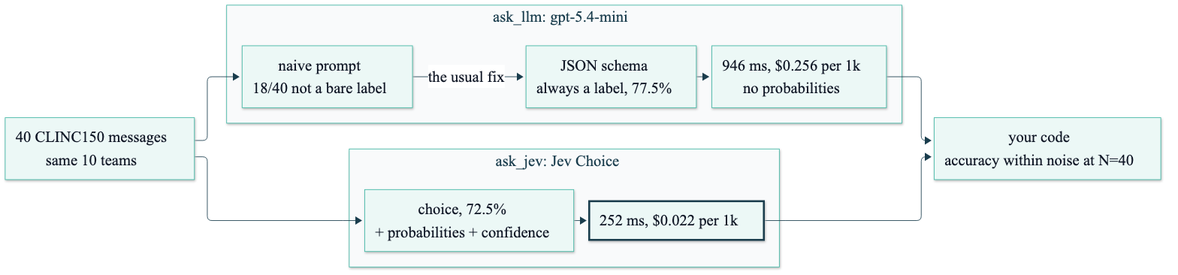
Before: course/diagrams/module_01/llm-vs-jev.png, a diagram exported from Mermaid (axel-sirota/getting_started_jev). Its source is kept beside it as course/diagrams/module_01/llm-vs-jev.mmd. Its diagram source:
```mermaid
%%{init: {"theme": "base", "themeVariables": {"fontFamily": "Inter, sans-serif", "primaryColor": "#ECF8F6", "primaryBorderColor": "#40B8A6", "primaryTextColor": "#111827", "lineColor": "#1A3D4D", "secondaryColor": "#F9FAFB", "tertiaryColor": "#FFFFFF", "clusterBkg": "#F9FAFB", "clusterBorder": "#D1D5DB", "actorBkg": "#ECF8F6", "actorBorder": "#40B8A6", "noteBkgColor": "#FFF6DA", "noteBorderColor": "#E0B84C"}}}%%
flowchart LR
  Q["40 CLINC150 messages<br/>same 10 teams"]
  subgraph LLM["ask_llm: gpt-5.4-mini"]
    N["naive prompt<br/>18/40 not a bare label"]
    S["JSON schema<br/>always a label, 77.5%"]
    SL["946 ms, $0.256 per 1k<br/>no probabilities"]
    N -- "the usual fix" --> S --> SL
  end
  subgraph JEV["ask_jev: Jev Choice"]
    A["choice, 72.5%<br/>+ probabilities + confidence"]
    AL["252 ms, $0.022 per 1k"]
    A --> AL
  end
  Q --> N
  Q --> A
  SL --> C["your code<br/>accuracy within noise at N=40"]
  AL --> C
  style AL stroke:#1A3D4D,stroke-width:3px
```
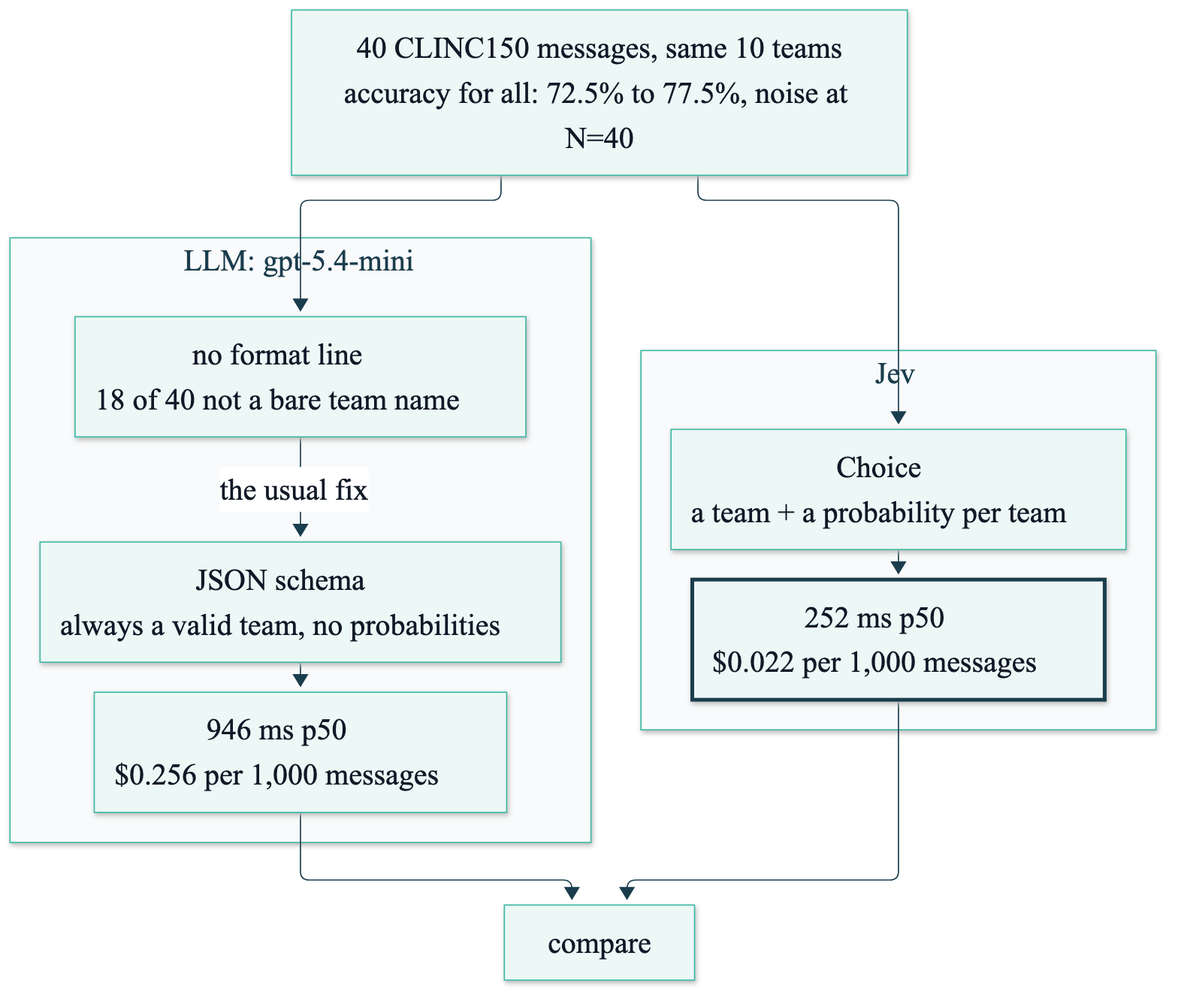
The same diagram one commit later.

What changed in the source:
```diff
@@ -1,19 +1,21 @@
 %%{init: {"theme": "base", "themeVariables": {"fontFamily": "Inter, sans-serif", "primaryColor": "#ECF8F6", "primaryBorderColor": "#40B8A6", "primaryTextColor": "#111827", "lineColor": "#1A3D4D", "secondaryColor": "#F9FAFB", "tertiaryColor": "#FFFFFF", "clusterBkg": "#F9FAFB", "clusterBorder": "#D1D5DB", "actorBkg": "#ECF8F6", "actorBorder": "#40B8A6", "noteBkgColor": "#FFF6DA", "noteBorderColor": "#E0B84C"}}}%%
-flowchart LR
-  Q["40 CLINC150 messages<br/>same 10 teams"]
-  subgraph LLM["ask_llm: gpt-5.4-mini"]
-    N["naive prompt<br/>18/40 not a bare label"]
-    S["JSON schema<br/>always a label, 77.5%"]
-    SL["946 ms, $0.256 per 1k<br/>no probabilities"]
+flowchart TB
+  Q["40 CLINC150 messages, same 10 teams<br/>accuracy for all: 72.5% to 77.5%, noise at N=40"]
+  subgraph LLM["LLM: gpt-5.4-mini"]
+    direction TB
+    N["no format line<br/>18 of 40 not a bare team name"]
+    S["JSON schema<br/>always a valid team, no probabilities"]
+    SL["946 ms p50<br/>$0.256 per 1,000 messages"]
     N -- "the usual fix" --> S --> SL
   end
-  subgraph JEV["ask_jev: Jev Choice"]
-    A["choice, 72.5%<br/>+ probabilities + confidence"]
-    AL["252 ms, $0.022 per 1k"]
+  subgraph JEV["Jev"]
+    direction TB
+    A["Choice<br/>a team + a probability per team"]
+    AL["252 ms p50<br/>$0.022 per 1,000 messages"]
     A --> AL
   end
   Q --> N
   Q --> A
-  SL --> C["your code<br/>accuracy within noise at N=40"]
+  SL --> C["compare"]
   AL --> C
   style AL stroke:#1A3D4D,stroke-width:3px
```
